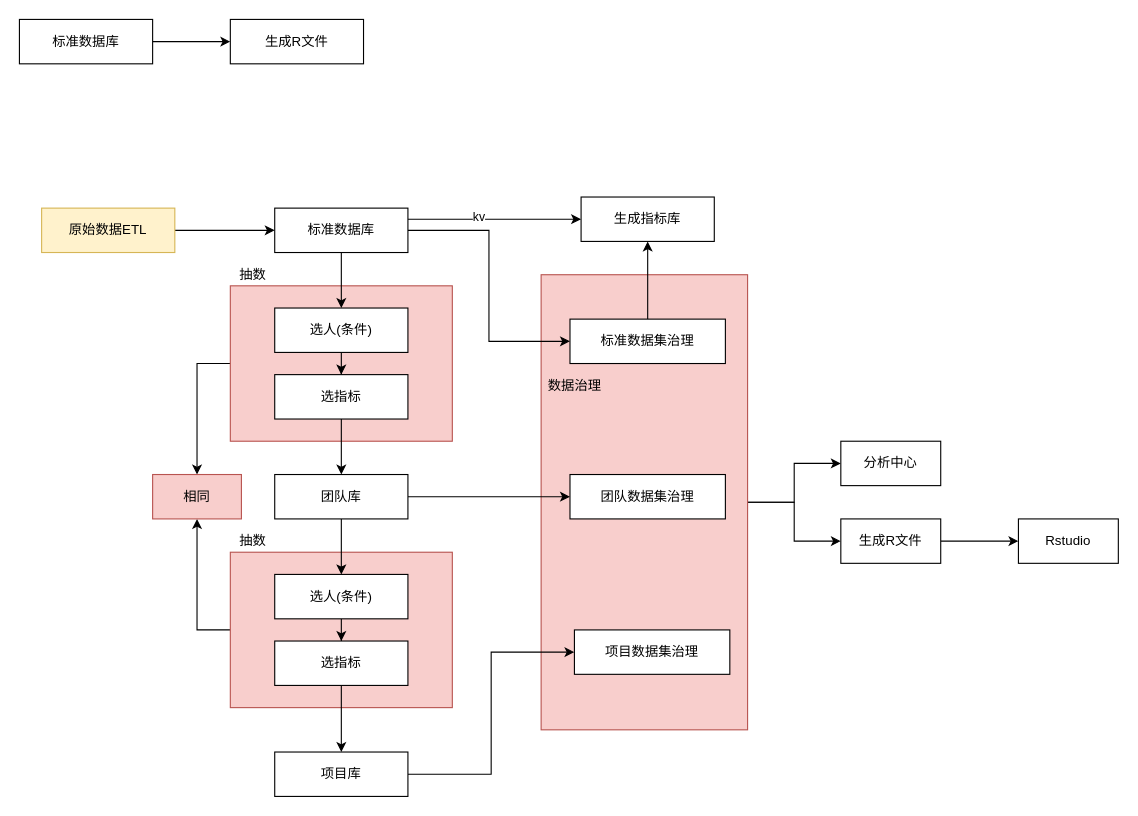
Before: page "流程梳理" (6 of 7) of 华链系统重构分析.drawio in xinglongMedical/drawio, a draw.io diagram. Source tidied: cells renumbered, new cells numbered last; positions are measured from the earlier drawing's top-left corner, leaving out a move shared by most shapes. Both pictures are drawn from the tidied source at 111%, with x=0, y=0 at pixel (19, 19).
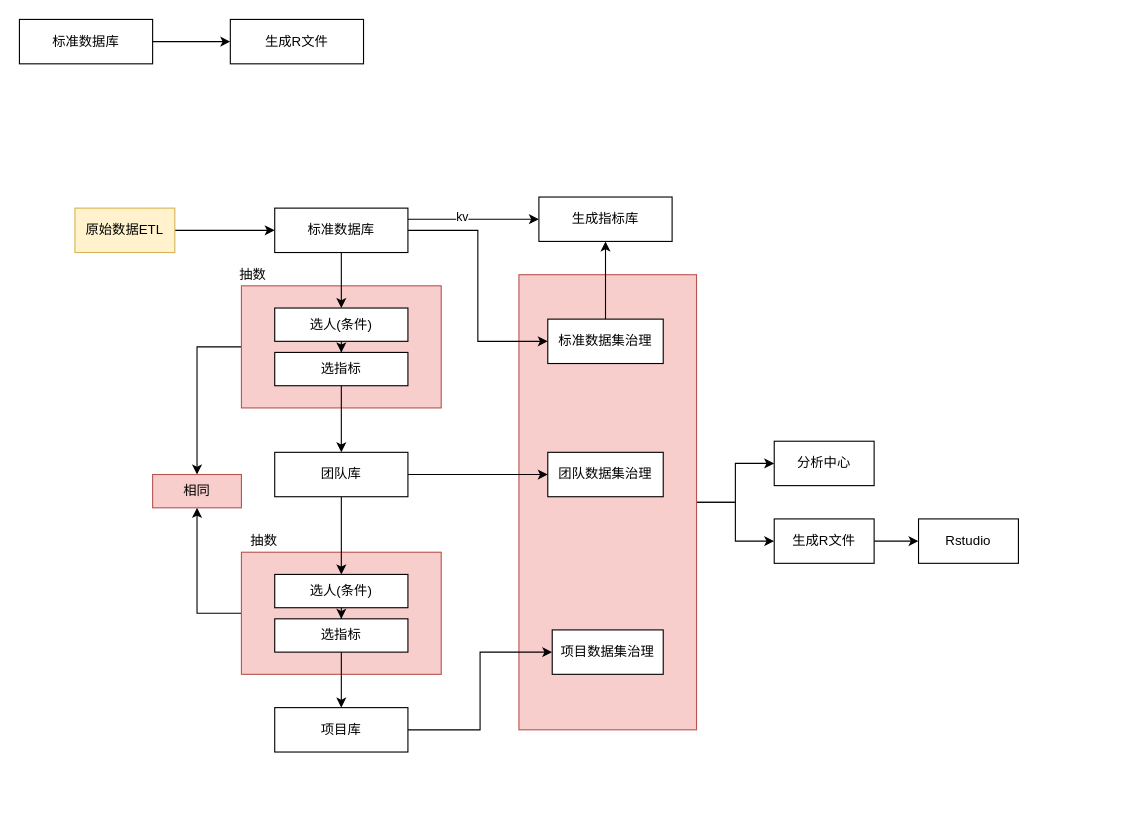
After the change.

Diff of the diagram source:
```diff
@@
     <mxCell id="4" style="rounded=0;whiteSpace=wrap;html=1;fillColor=#f8cecc;strokeColor=#b85450;" parent="1" vertex="1">
-      <mxGeometry x="470" y="230" width="186" height="410" as="geometry" />
+      <mxGeometry x="450" y="230" width="160" height="410" as="geometry" />
     </mxCell>
@@
     <mxCell id="6" style="rounded=0;whiteSpace=wrap;html=1;fillColor=#f8cecc;strokeColor=#b85450;" parent="1" vertex="1">
-      <mxGeometry x="190" y="480" width="200" height="140" as="geometry" />
+      <mxGeometry x="200" y="480" width="180" height="110" as="geometry" />
     </mxCell>
@@
     <mxCell id="8" style="rounded=0;whiteSpace=wrap;html=1;fillColor=#f8cecc;strokeColor=#b85450;" parent="1" vertex="1">
-      <mxGeometry x="190" y="240" width="200" height="140" as="geometry" />
+      <mxGeometry x="200" y="240" width="180" height="110" as="geometry" />
     </mxCell>
@@
     <mxCell id="18" value="选人(条件)" style="rounded=0;whiteSpace=wrap;html=1;" parent="1" vertex="1">
-      <mxGeometry x="230" y="260" width="120" height="40" as="geometry" />
+      <mxGeometry x="230" y="260" width="120" height="30" as="geometry" />
     </mxCell>
@@
     <mxCell id="20" value="选指标" style="rounded=0;whiteSpace=wrap;html=1;" parent="1" vertex="1">
-      <mxGeometry x="230" y="320" width="120" height="40" as="geometry" />
+      <mxGeometry x="230" y="300" width="120" height="30" as="geometry" />
     </mxCell>
@@
     <mxCell id="23" value="团队库" style="rounded=0;whiteSpace=wrap;html=1;" parent="1" vertex="1">
-      <mxGeometry x="230" y="410" width="120" height="40" as="geometry" />
+      <mxGeometry x="230" y="390" width="120" height="40" as="geometry" />
     </mxCell>
@@
     <mxCell id="25" value="选人(条件)" style="rounded=0;whiteSpace=wrap;html=1;" parent="1" vertex="1">
-      <mxGeometry x="230" y="500" width="120" height="40" as="geometry" />
+      <mxGeometry x="230" y="500" width="120" height="30" as="geometry" />
     </mxCell>
@@
     <mxCell id="27" value="选指标" style="rounded=0;whiteSpace=wrap;html=1;" parent="1" vertex="1">
-      <mxGeometry x="230" y="560" width="120" height="40" as="geometry" />
+      <mxGeometry x="230" y="540" width="120" height="30" as="geometry" />
     </mxCell>
@@
     <mxCell id="29" value="项目库" style="rounded=0;whiteSpace=wrap;html=1;" parent="1" vertex="1">
-      <mxGeometry x="230" y="660" width="120" height="40" as="geometry" />
+      <mxGeometry x="230" y="620" width="120" height="40" as="geometry" />
     </mxCell>
     <mxCell id="30" value="相同" style="rounded=0;whiteSpace=wrap;html=1;fillColor=#f8cecc;strokeColor=#b85450;" parent="1" vertex="1">
-      <mxGeometry x="120" y="410" width="80" height="40" as="geometry" />
+      <mxGeometry x="120" y="410" width="80" height="30" as="geometry" />
     </mxCell>
@@
     <mxCell id="32" value="标准数据集治理" style="rounded=0;whiteSpace=wrap;html=1;" parent="1" vertex="1">
-      <mxGeometry x="496" y="270" width="140" height="40" as="geometry" />
+      <mxGeometry x="476" y="270" width="104" height="40" as="geometry" />
     </mxCell>
     <mxCell id="33" value="团队数据集治理" style="rounded=0;whiteSpace=wrap;html=1;" parent="1" vertex="1">
-      <mxGeometry x="496" y="410" width="140" height="40" as="geometry" />
+      <mxGeometry x="476" y="390" width="104" height="40" as="geometry" />
     </mxCell>
     <mxCell id="34" value="项目数据集治理" style="rounded=0;whiteSpace=wrap;html=1;" parent="1" vertex="1">
-      <mxGeometry x="500" y="550" width="140" height="40" as="geometry" />
+      <mxGeometry x="480" y="550" width="100" height="40" as="geometry" />
     </mxCell>
@@
     <mxCell id="36" value="抽数" style="text;html=1;align=center;verticalAlign=middle;" parent="1" vertex="1">
-      <mxGeometry x="190" y="460" width="40" height="20" as="geometry" />
+      <mxGeometry x="200" y="460" width="40" height="20" as="geometry" />
     </mxCell>
-    <mxCell id="37" value="数据治理" style="text;html=1;align=center;verticalAlign=middle;" parent="1" vertex="1">
-      <mxGeometry x="470" y="320" width="60" height="20" as="geometry" />
-    </mxCell>
     <mxCell id="38" value="分析中心" style="rounded=0;whiteSpace=wrap;html=1;" parent="1" vertex="1">
-      <mxGeometry x="740" y="380" width="90" height="40" as="geometry" />
+      <mxGeometry x="680" y="380" width="90" height="40" as="geometry" />
     </mxCell>
@@
     <mxCell id="40" value="生成R文件" style="rounded=0;whiteSpace=wrap;html=1;" parent="1" vertex="1">
-      <mxGeometry x="740" y="450" width="90" height="40" as="geometry" />
+      <mxGeometry x="680" y="450" width="90" height="40" as="geometry" />
     </mxCell>
     <mxCell id="41" value="Rstudio" style="rounded=0;whiteSpace=wrap;html=1;" parent="1" vertex="1">
-      <mxGeometry x="900" y="450" width="90" height="40" as="geometry" />
+      <mxGeometry x="810" y="450" width="90" height="40" as="geometry" />
     </mxCell>
     <mxCell id="42" value="生成指标库" style="rounded=0;whiteSpace=wrap;html=1;" parent="1" vertex="1">
-      <mxGeometry x="506" y="160" width="120" height="40" as="geometry" />
+      <mxGeometry x="468" y="160" width="120" height="40" as="geometry" />
     </mxCell>
@@
     <mxCell id="44" value="原始数据ETL" style="rounded=0;whiteSpace=wrap;html=1;fillColor=#fff2cc;strokeColor=#d6b656;" parent="1" vertex="1">
-      <mxGeometry x="20" y="170" width="120" height="40" as="geometry" />
+      <mxGeometry x="50" y="170" width="90" height="40" as="geometry" />
     </mxCell>
```
